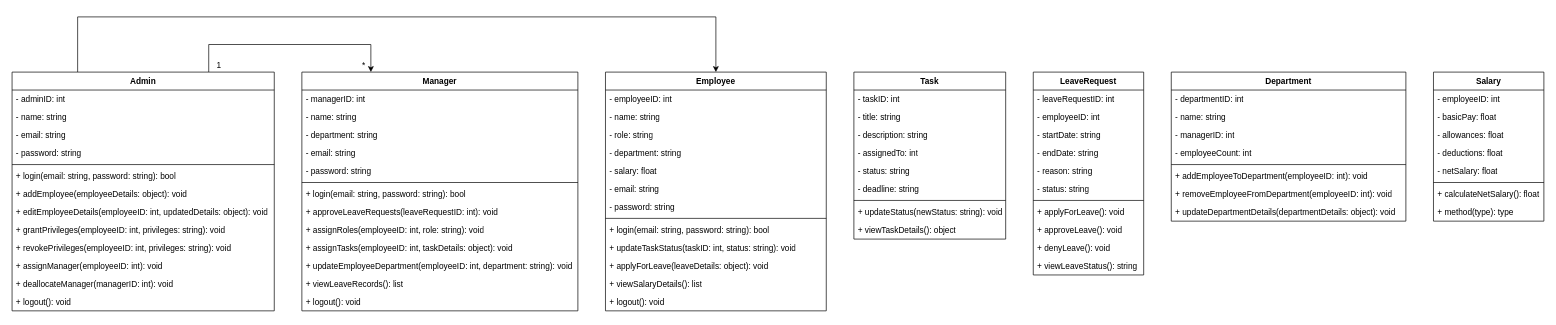
Above: page "Class" (10 of 11) of B.Tech/SEM - 4/SE/Diagrams.drawio in Gaurav1665/Computer-Engineering (draw.io), before the change. Source tidied: cells renumbered, new cells numbered last; positions are measured from the earlier drawing's top-left corner, leaving out a move shared by most shapes. Both pictures are drawn from the tidied source at 69%, with x=0, y=0 at pixel (12, 17).
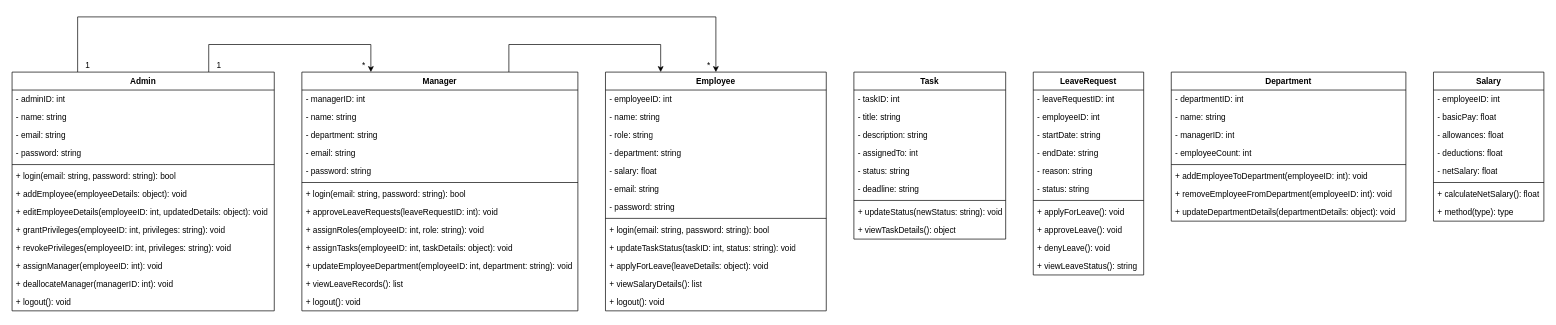
The same diagram, later.

The change refers to these unchanged cells:
```xml
<mxCell id="2" value="Manager" style="swimlane;fontStyle=1;align=center;verticalAlign=top;horizontal=1;startSize=26;whiteSpace=wrap;html=1;" parent="1" vertex="1">
  <mxGeometry x="420" y="80" width="400" height="346" as="geometry" />
</mxCell>
<mxCell id="32" value="Employee" style="swimlane;fontStyle=1;align=center;verticalAlign=top;horizontal=1;startSize=26;whiteSpace=wrap;html=1;" parent="1" vertex="1">
  <mxGeometry x="860" y="80" width="320" height="346" as="geometry" />
</mxCell>
```

Change to the diagram source:
```diff
@@
+    <mxCell id="88" style="edgeStyle=orthogonalEdgeStyle;rounded=0;jettySize=auto;html=1;exitX=0.75;exitY=0;exitDx=0;exitDy=0;entryX=0.25;entryY=0;entryDx=0;entryDy=0;" parent="1" edge="1" source="2" target="32">
+      <mxGeometry relative="1" as="geometry">
+        <Array as="points">
+          <mxPoint x="720" y="40" />
+          <mxPoint x="940" y="40" />
+        </Array>
+      </mxGeometry>
+    </mxCell>
@@
+    <mxCell id="89" value="1" style="text;html=1;align=center;verticalAlign=middle;whiteSpace=wrap;rounded=0;" parent="1" vertex="1">
+      <mxGeometry x="100" y="60" width="20" height="20" as="geometry" />
+    </mxCell>
+    <mxCell id="90" value="*" style="text;html=1;align=center;verticalAlign=middle;whiteSpace=wrap;rounded=0;" parent="1" vertex="1">
+      <mxGeometry x="1000" y="60" width="20" height="20" as="geometry" />
+    </mxCell>
```
